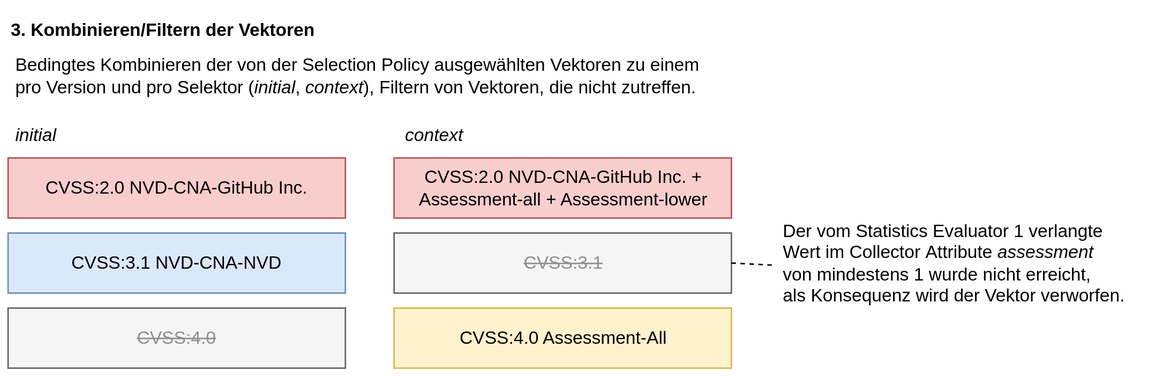
Earlier version of the draw.io export res/grafiken/cvss-selection-process-selection-3.svg (YanWittmann/hsma-praxissemesterbericht-WS2023-24). Source tidied: cells renumbered, new cells last; positions are measured from the earlier drawing's top-left corner, leaving out a move shared by most shapes.
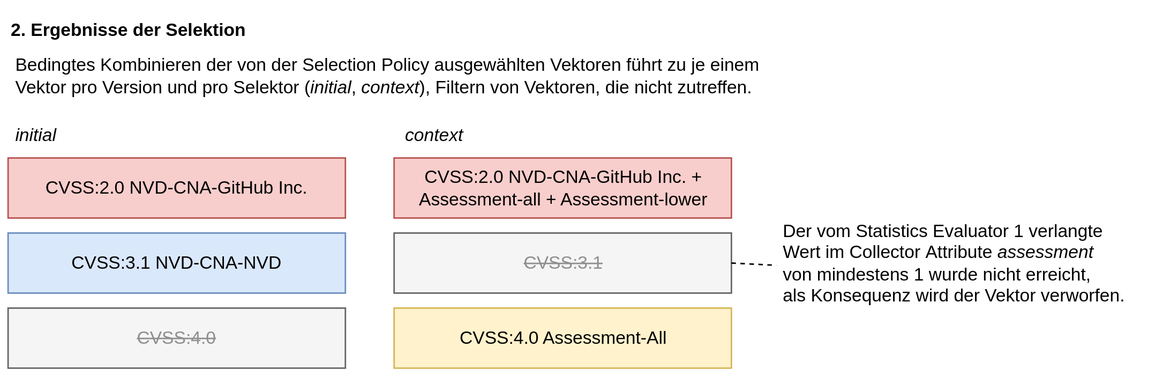
After the commit.

Diff of the diagram source:
```diff
@@ -20,7 +20,7 @@
     <mxCell id="7" value="&lt;strike style=&quot;color: rgb(143, 143, 143);&quot;&gt;CVSS:3.1&lt;/strike&gt;" style="rounded=0;whiteSpace=wrap;html=1;hachureGap=4;fontFamily=Helvetica;fillColor=#f5f5f5;strokeColor=#666666;fontColor=#333333;" parent="1" vertex="1">
       <mxGeometry x="257.5" y="150" width="225" height="40" as="geometry" />
     </mxCell>
-    <mxCell id="8" value="&lt;span style=&quot;text-wrap: nowrap;&quot;&gt;3. Kombinieren/Filtern der Vektoren&lt;/span&gt;" style="text;whiteSpace=wrap;html=1;verticalAlign=middle;fontStyle=1;" parent="1" vertex="1">
+    <mxCell id="8" value="&lt;span style=&quot;text-wrap: nowrap;&quot;&gt;2. Ergebnisse der Selektion&lt;/span&gt;" style="text;whiteSpace=wrap;html=1;verticalAlign=middle;fontStyle=1;" parent="1" vertex="1">
       <mxGeometry width="290" height="30" as="geometry" />
     </mxCell>
     <mxCell id="9" style="endArrow=none;dashed=1;html=1;rounded=0;exitX=1;exitY=0.5;exitDx=0;exitDy=0;entryX=0;entryY=0.575;entryDx=0;entryDy=0;entryPerimeter=0;" parent="1" edge="1" source="7">
@@ -37,7 +37,7 @@
     <mxCell id="12" value="&lt;span style=&quot;text-wrap: nowrap;&quot;&gt;&lt;i&gt;context&lt;/i&gt;&lt;/span&gt;" style="text;whiteSpace=wrap;html=1;verticalAlign=middle;" parent="1" vertex="1">
       <mxGeometry x="262.5" y="70" width="55" height="30" as="geometry" />
     </mxCell>
-    <mxCell id="13" value="&lt;span style=&quot;text-wrap: nowrap;&quot;&gt;Bedingtes Kombinieren der von der Selection Policy ausgewählten Vektoren zu einem&lt;/span&gt;&lt;div&gt;&lt;span style=&quot;text-wrap: nowrap;&quot;&gt;pro Version&amp;nbsp;&lt;/span&gt;&lt;span style=&quot;text-wrap: nowrap; background-color: initial;&quot;&gt;und pro Selektor (&lt;/span&gt;&lt;i style=&quot;text-wrap: nowrap; background-color: initial;&quot;&gt;initial&lt;/i&gt;&lt;span style=&quot;text-wrap: nowrap; background-color: initial;&quot;&gt;, &lt;/span&gt;&lt;i style=&quot;text-wrap: nowrap; background-color: initial;&quot;&gt;context&lt;/i&gt;&lt;span style=&quot;text-wrap: nowrap; background-color: initial;&quot;&gt;), Filtern von Vektoren, die nicht zutreffen.&lt;/span&gt;&lt;/div&gt;" style="text;whiteSpace=wrap;html=1;verticalAlign=middle;" parent="1" vertex="1">
+    <mxCell id="13" value="&lt;span style=&quot;text-wrap: nowrap;&quot;&gt;Bedingtes Kombinieren der von der Selection Policy ausgewählten Vektoren führt zu je einem&lt;/span&gt;&lt;div&gt;&lt;span style=&quot;text-wrap: nowrap;&quot;&gt;Vektor pro Version&amp;nbsp;&lt;/span&gt;&lt;span style=&quot;text-wrap: nowrap; background-color: initial;&quot;&gt;und pro Selektor (&lt;/span&gt;&lt;i style=&quot;text-wrap: nowrap; background-color: initial;&quot;&gt;initial&lt;/i&gt;&lt;span style=&quot;text-wrap: nowrap; background-color: initial;&quot;&gt;, &lt;/span&gt;&lt;i style=&quot;text-wrap: nowrap; background-color: initial;&quot;&gt;context&lt;/i&gt;&lt;span style=&quot;text-wrap: nowrap; background-color: initial;&quot;&gt;), Filtern von Vektoren, die nicht zutreffen.&lt;/span&gt;&lt;/div&gt;" style="text;whiteSpace=wrap;html=1;verticalAlign=middle;" parent="1" vertex="1">
       <mxGeometry x="2.5" y="30" width="485" height="30" as="geometry" />
     </mxCell>
   </root>
```
